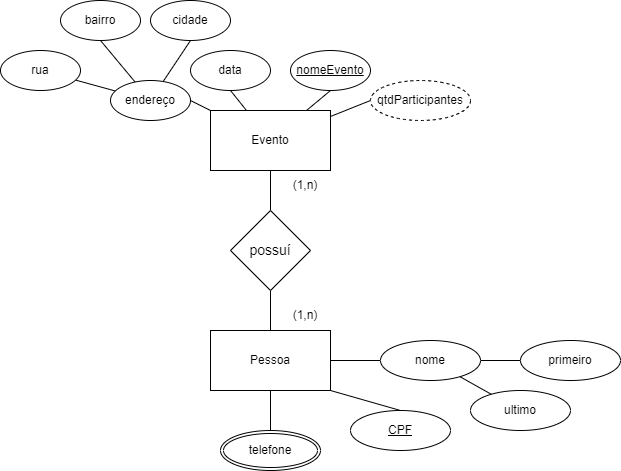
Before: modelos-bd/modelo-conceitual-myMeetings.png, a diagram exported from draw.io (lunatos/TI2-BancoDeDados). Source tidied: cells renumbered, new cells last; positions are measured from the earlier drawing's top-left corner, leaving out a move shared by most shapes. The source it was exported from:
```xml
<mxGraphModel>
  <root>
    <mxCell id="0" />
    <mxCell id="1" parent="0" />
    <mxCell id="2" style="edgeStyle=none;rounded=0;jettySize=auto;html=1;entryX=1;entryY=0.5;entryDx=0;entryDy=0;endArrow=none;endFill=0;" parent="1" edge="1" source="7" target="11">
      <mxGeometry relative="1" as="geometry" />
    </mxCell>
    <mxCell id="3" style="edgeStyle=none;rounded=0;jettySize=auto;html=1;endArrow=none;endFill=0;entryX=0.5;entryY=1;entryDx=0;entryDy=0;" parent="1" edge="1" source="7" target="12">
      <mxGeometry relative="1" as="geometry" />
    </mxCell>
    <mxCell id="4" style="edgeStyle=none;rounded=0;jettySize=auto;html=1;endArrow=none;endFill=0;entryX=0.5;entryY=1;entryDx=0;entryDy=0;" parent="1" edge="1" source="7" target="15">
      <mxGeometry relative="1" as="geometry" />
    </mxCell>
    <mxCell id="5" style="edgeStyle=none;rounded=0;jettySize=auto;html=1;endArrow=none;endFill=0;entryX=0.5;entryY=0;entryDx=0;entryDy=0;" parent="1" edge="1" source="7" target="32">
      <mxGeometry relative="1" as="geometry" />
    </mxCell>
    <mxCell id="6" style="edgeStyle=none;rounded=0;jettySize=auto;html=1;endArrow=none;endFill=0;entryX=0;entryY=0.5;entryDx=0;entryDy=0;" parent="1" edge="1" source="7" target="21">
      <mxGeometry relative="1" as="geometry" />
    </mxCell>
    <mxCell id="7" value="Evento" style="rounded=0;whiteSpace=wrap;html=1;" parent="1" vertex="1">
      <mxGeometry x="210" y="110" width="120" height="60" as="geometry" />
    </mxCell>
    <mxCell id="8" style="edgeStyle=none;rounded=0;jettySize=auto;html=1;endArrow=none;endFill=0;" parent="1" edge="1" source="11" target="13">
      <mxGeometry relative="1" as="geometry" />
    </mxCell>
    <mxCell id="9" style="edgeStyle=none;rounded=0;jettySize=auto;html=1;entryX=0.5;entryY=1;entryDx=0;entryDy=0;endArrow=none;endFill=0;" parent="1" edge="1" source="11" target="14">
      <mxGeometry relative="1" as="geometry" />
    </mxCell>
    <mxCell id="10" style="edgeStyle=none;rounded=0;jettySize=auto;html=1;endArrow=none;endFill=0;entryX=0.5;entryY=1;entryDx=0;entryDy=0;" parent="1" edge="1" source="11" target="16">
      <mxGeometry relative="1" as="geometry" />
    </mxCell>
    <mxCell id="11" value="endereço" style="ellipse;whiteSpace=wrap;html=1;" parent="1" vertex="1">
      <mxGeometry x="110" y="80" width="80" height="40" as="geometry" />
    </mxCell>
    <mxCell id="12" value="data" style="ellipse;whiteSpace=wrap;html=1;" parent="1" vertex="1">
      <mxGeometry x="190" y="50" width="80" height="40" as="geometry" />
    </mxCell>
    <mxCell id="13" value="rua" style="ellipse;whiteSpace=wrap;html=1;" parent="1" vertex="1">
      <mxGeometry y="50" width="80" height="40" as="geometry" />
    </mxCell>
    <mxCell id="14" value="bairro" style="ellipse;whiteSpace=wrap;html=1;" parent="1" vertex="1">
      <mxGeometry x="60" width="80" height="40" as="geometry" />
    </mxCell>
    <mxCell id="15" value="&lt;u&gt;nomeEvento&lt;/u&gt;" style="ellipse;whiteSpace=wrap;html=1;" parent="1" vertex="1">
      <mxGeometry x="290" y="50" width="80" height="40" as="geometry" />
    </mxCell>
    <mxCell id="16" value="cidade" style="ellipse;whiteSpace=wrap;html=1;" parent="1" vertex="1">
      <mxGeometry x="150" width="80" height="40" as="geometry" />
    </mxCell>
    <mxCell id="17" style="edgeStyle=none;rounded=0;jettySize=auto;html=1;endArrow=none;endFill=0;entryX=0.5;entryY=0;entryDx=0;entryDy=0;exitX=1;exitY=1;exitDx=0;exitDy=0;" parent="1" edge="1" source="33" target="22">
      <mxGeometry relative="1" as="geometry" />
    </mxCell>
    <mxCell id="18" style="edgeStyle=none;rounded=0;jettySize=auto;html=1;endArrow=none;endFill=0;" parent="1" edge="1" target="23">
      <mxGeometry relative="1" as="geometry">
        <mxPoint x="270" y="390" as="sourcePoint" />
      </mxGeometry>
    </mxCell>
    <mxCell id="19" style="edgeStyle=none;rounded=0;orthogonalLoop=1;jettySize=auto;html=1;endArrow=none;endFill=0;" parent="1" edge="1">
      <mxGeometry relative="1" as="geometry">
        <mxPoint x="335" y="360" as="sourcePoint" />
        <mxPoint x="340" y="360" as="targetPoint" />
      </mxGeometry>
    </mxCell>
    <mxCell id="20" style="edgeStyle=none;rounded=0;jettySize=auto;html=1;endArrow=none;endFill=0;exitX=1;exitY=0.5;exitDx=0;exitDy=0;" parent="1" edge="1" source="33" target="26">
      <mxGeometry relative="1" as="geometry" />
    </mxCell>
    <mxCell id="21" value="qtdParticipantes" style="ellipse;whiteSpace=wrap;html=1;align=center;dashed=1;" parent="1" vertex="1">
      <mxGeometry x="370" y="80" width="100" height="40" as="geometry" />
    </mxCell>
    <mxCell id="22" value="CPF" style="ellipse;whiteSpace=wrap;html=1;align=center;fontStyle=4;" parent="1" vertex="1">
      <mxGeometry x="350" y="410" width="100" height="40" as="geometry" />
    </mxCell>
    <mxCell id="23" value="telefone" style="ellipse;shape=doubleEllipse;margin=3;whiteSpace=wrap;html=1;align=center;" parent="1" vertex="1">
      <mxGeometry x="220" y="430" width="100" height="40" as="geometry" />
    </mxCell>
    <mxCell id="24" style="edgeStyle=none;rounded=0;jettySize=auto;html=1;endArrow=none;endFill=0;" parent="1" edge="1" source="26" target="27">
      <mxGeometry relative="1" as="geometry" />
    </mxCell>
    <mxCell id="25" style="edgeStyle=none;rounded=0;jettySize=auto;html=1;endArrow=none;endFill=0;" parent="1" edge="1" source="26" target="28">
      <mxGeometry relative="1" as="geometry" />
    </mxCell>
    <mxCell id="26" value="nome" style="ellipse;whiteSpace=wrap;html=1;align=center;" parent="1" vertex="1">
      <mxGeometry x="380" y="340" width="100" height="40" as="geometry" />
    </mxCell>
    <mxCell id="27" value="primeiro" style="ellipse;whiteSpace=wrap;html=1;align=center;" parent="1" vertex="1">
      <mxGeometry x="520" y="340" width="100" height="40" as="geometry" />
    </mxCell>
    <mxCell id="28" value="ultimo" style="ellipse;whiteSpace=wrap;html=1;align=center;" parent="1" vertex="1">
      <mxGeometry x="470" y="390" width="100" height="40" as="geometry" />
    </mxCell>
    <mxCell id="29" value="(1,n)" style="text;html=1;strokeColor=none;fillColor=none;align=center;verticalAlign=middle;whiteSpace=wrap;rounded=0;" parent="1" vertex="1">
      <mxGeometry x="275" y="170" width="60" height="30" as="geometry" />
    </mxCell>
    <mxCell id="30" value="(1,n)" style="text;html=1;strokeColor=none;fillColor=none;align=center;verticalAlign=middle;whiteSpace=wrap;rounded=0;" parent="1" vertex="1">
      <mxGeometry x="275" y="300" width="60" height="30" as="geometry" />
    </mxCell>
    <mxCell id="31" style="edgeStyle=orthogonalEdgeStyle;rounded=0;jettySize=auto;html=1;entryX=0.5;entryY=0;entryDx=0;entryDy=0;fontSize=14;endArrow=none;endFill=0;" parent="1" edge="1" source="32" target="33">
      <mxGeometry relative="1" as="geometry" />
    </mxCell>
    <mxCell id="32" value="possuí" style="rhombus;whiteSpace=wrap;html=1;fontSize=14;" parent="1" vertex="1">
      <mxGeometry x="230" y="210" width="80" height="80" as="geometry" />
    </mxCell>
    <mxCell id="33" value="Pessoa" style="rounded=0;whiteSpace=wrap;html=1;" parent="1" vertex="1">
      <mxGeometry x="210" y="330" width="120" height="60" as="geometry" />
    </mxCell>
  </root>
</mxGraphModel>
```
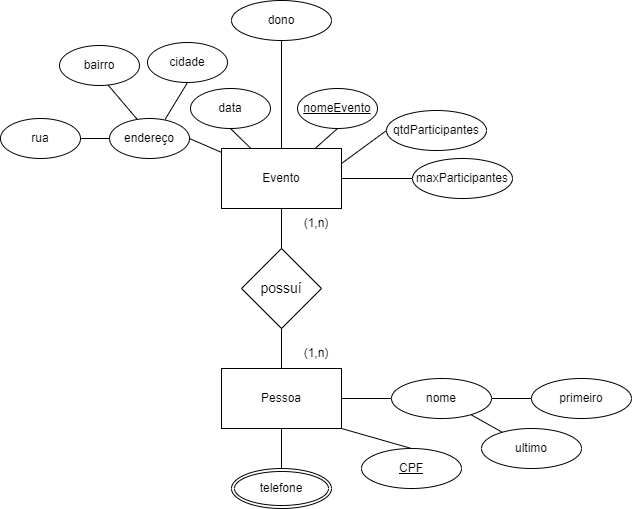
The same file after the commit.

What changed in the source:
```diff
@@ -14,13 +14,16 @@
     <mxCell id="5" style="edgeStyle=none;rounded=0;jettySize=auto;html=1;endArrow=none;endFill=0;entryX=0.5;entryY=0;entryDx=0;entryDy=0;" parent="1" edge="1" source="7" target="32">
       <mxGeometry relative="1" as="geometry" />
     </mxCell>
-    <mxCell id="6" style="edgeStyle=none;rounded=0;jettySize=auto;html=1;endArrow=none;endFill=0;entryX=0;entryY=0.5;entryDx=0;entryDy=0;" parent="1" edge="1" source="7" target="21">
+    <mxCell id="6" style="edgeStyle=none;rounded=0;jettySize=auto;html=1;endArrow=none;endFill=0;entryX=0;entryY=0.5;entryDx=0;entryDy=0;" parent="1" edge="1" source="7" target="35">
       <mxGeometry relative="1" as="geometry" />
     </mxCell>
+    <mxCell id="34" style="rounded=0;jettySize=auto;html=1;exitX=1;exitY=0.25;exitDx=0;exitDy=0;entryX=0;entryY=0.5;entryDx=0;entryDy=0;endArrow=none;endFill=0;" parent="1" edge="1" source="7" target="21">
+      <mxGeometry relative="1" as="geometry" />
+    </mxCell>
     <mxCell id="7" value="Evento" style="rounded=0;whiteSpace=wrap;html=1;" parent="1" vertex="1">
       <mxGeometry x="210" y="110" width="120" height="60" as="geometry" />
     </mxCell>
-    <mxCell id="8" style="edgeStyle=none;rounded=0;jettySize=auto;html=1;endArrow=none;endFill=0;" parent="1" edge="1" source="11" target="13">
+    <mxCell id="8" style="edgeStyle=none;rounded=0;jettySize=auto;html=1;endArrow=none;endFill=0;exitX=0;exitY=0.5;exitDx=0;exitDy=0;" parent="1" edge="1" source="11" target="13">
       <mxGeometry relative="1" as="geometry" />
     </mxCell>
     <mxCell id="9" style="edgeStyle=none;rounded=0;jettySize=auto;html=1;entryX=0.5;entryY=1;entryDx=0;entryDy=0;endArrow=none;endFill=0;" parent="1" edge="1" source="11" target="14">
@@ -30,22 +33,22 @@
       <mxGeometry relative="1" as="geometry" />
     </mxCell>
     <mxCell id="11" value="endereço" style="ellipse;whiteSpace=wrap;html=1;" parent="1" vertex="1">
-      <mxGeometry x="110" y="80" width="80" height="40" as="geometry" />
+      <mxGeometry x="102" y="80" width="80" height="40" as="geometry" />
     </mxCell>
     <mxCell id="12" value="data" style="ellipse;whiteSpace=wrap;html=1;" parent="1" vertex="1">
-      <mxGeometry x="190" y="50" width="80" height="40" as="geometry" />
+      <mxGeometry x="179" y="50" width="80" height="40" as="geometry" />
     </mxCell>
     <mxCell id="13" value="rua" style="ellipse;whiteSpace=wrap;html=1;" parent="1" vertex="1">
-      <mxGeometry y="50" width="80" height="40" as="geometry" />
+      <mxGeometry x="-11" y="80" width="80" height="40" as="geometry" />
     </mxCell>
     <mxCell id="14" value="bairro" style="ellipse;whiteSpace=wrap;html=1;" parent="1" vertex="1">
-      <mxGeometry x="60" width="80" height="40" as="geometry" />
+      <mxGeometry x="51" width="80" height="40" as="geometry" />
     </mxCell>
     <mxCell id="15" value="&lt;u&gt;nomeEvento&lt;/u&gt;" style="ellipse;whiteSpace=wrap;html=1;" parent="1" vertex="1">
-      <mxGeometry x="290" y="50" width="80" height="40" as="geometry" />
+      <mxGeometry x="286" y="50" width="80" height="40" as="geometry" />
     </mxCell>
     <mxCell id="16" value="cidade" style="ellipse;whiteSpace=wrap;html=1;" parent="1" vertex="1">
-      <mxGeometry x="150" width="80" height="40" as="geometry" />
+      <mxGeometry x="136" y="4" width="80" height="40" as="geometry" />
     </mxCell>
     <mxCell id="17" style="edgeStyle=none;rounded=0;jettySize=auto;html=1;endArrow=none;endFill=0;entryX=0.5;entryY=0;entryDx=0;entryDy=0;exitX=1;exitY=1;exitDx=0;exitDy=0;" parent="1" edge="1" source="33" target="22">
       <mxGeometry relative="1" as="geometry" />
@@ -64,9 +67,6 @@
     <mxCell id="20" style="edgeStyle=none;rounded=0;jettySize=auto;html=1;endArrow=none;endFill=0;exitX=1;exitY=0.5;exitDx=0;exitDy=0;" parent="1" edge="1" source="33" target="26">
       <mxGeometry relative="1" as="geometry" />
     </mxCell>
-    <mxCell id="21" value="qtdParticipantes" style="ellipse;whiteSpace=wrap;html=1;align=center;dashed=1;" parent="1" vertex="1">
-      <mxGeometry x="370" y="80" width="100" height="40" as="geometry" />
-    </mxCell>
     <mxCell id="22" value="CPF" style="ellipse;whiteSpace=wrap;html=1;align=center;fontStyle=4;" parent="1" vertex="1">
       <mxGeometry x="350" y="410" width="100" height="40" as="geometry" />
     </mxCell>
@@ -103,5 +103,17 @@
     <mxCell id="33" value="Pessoa" style="rounded=0;whiteSpace=wrap;html=1;" parent="1" vertex="1">
       <mxGeometry x="210" y="330" width="120" height="60" as="geometry" />
     </mxCell>
+    <mxCell id="35" value="maxParticipantes" style="ellipse;whiteSpace=wrap;html=1;align=center;" parent="1" vertex="1">
+      <mxGeometry x="401" y="120" width="100" height="40" as="geometry" />
+    </mxCell>
+    <mxCell id="36" style="edgeStyle=orthogonalEdgeStyle;rounded=0;jettySize=auto;html=1;entryX=0.5;entryY=0;entryDx=0;entryDy=0;endArrow=none;endFill=0;" parent="1" edge="1" source="37" target="7">
+      <mxGeometry relative="1" as="geometry" />
+    </mxCell>
+    <mxCell id="37" value="dono" style="ellipse;whiteSpace=wrap;html=1;align=center;" parent="1" vertex="1">
+      <mxGeometry x="220" y="-38" width="100" height="40" as="geometry" />
+    </mxCell>
+    <mxCell id="21" value="qtdParticipantes" style="ellipse;whiteSpace=wrap;html=1;align=center;" parent="1" vertex="1">
+      <mxGeometry x="375" y="72" width="100" height="40" as="geometry" />
+    </mxCell>
   </root>
 </mxGraphModel>
```
